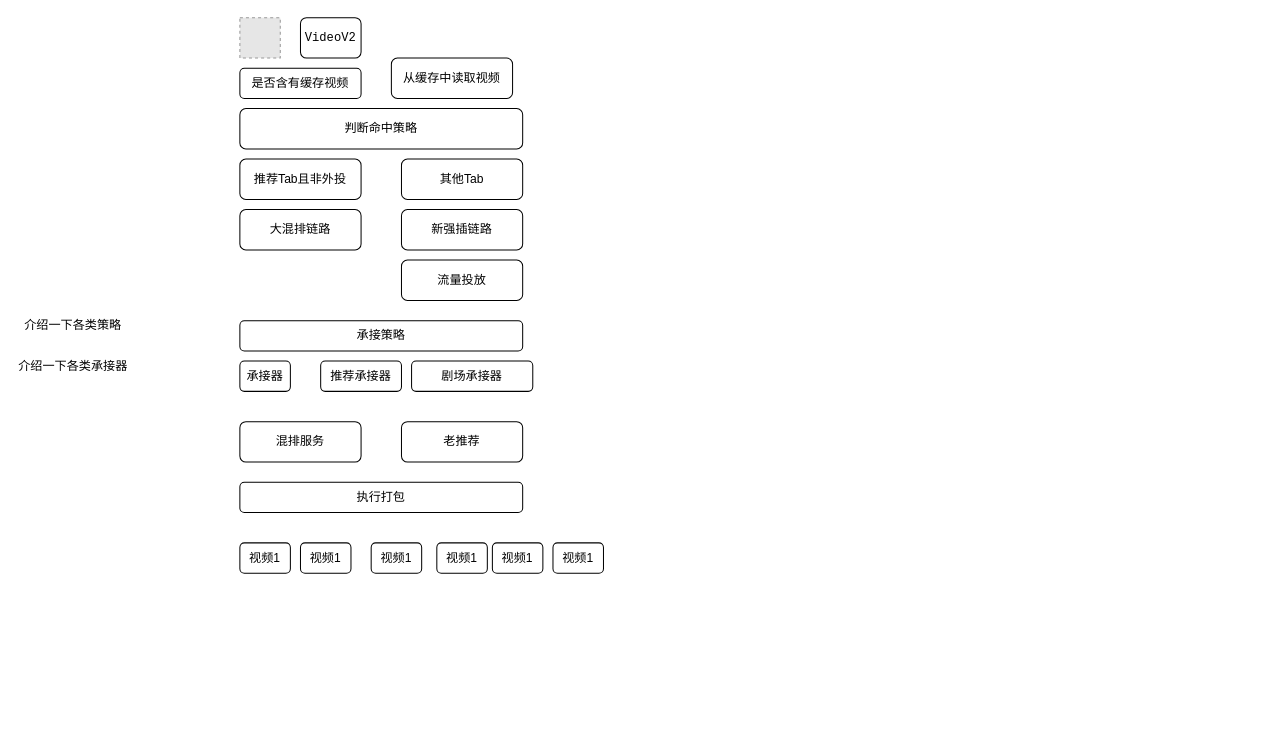
Before: projects.drawio in wuulaa/drawio, a draw.io diagram. Source tidied: cells renumbered, new cells numbered last; positions are measured from the earlier drawing's top-left corner, leaving out a move shared by most shapes. Both pictures are drawn from the tidied source at 101%, with x=0, y=0 at pixel (17, 17). Pictures stored in the file or linked from it are replaced by grey dashed boxes.
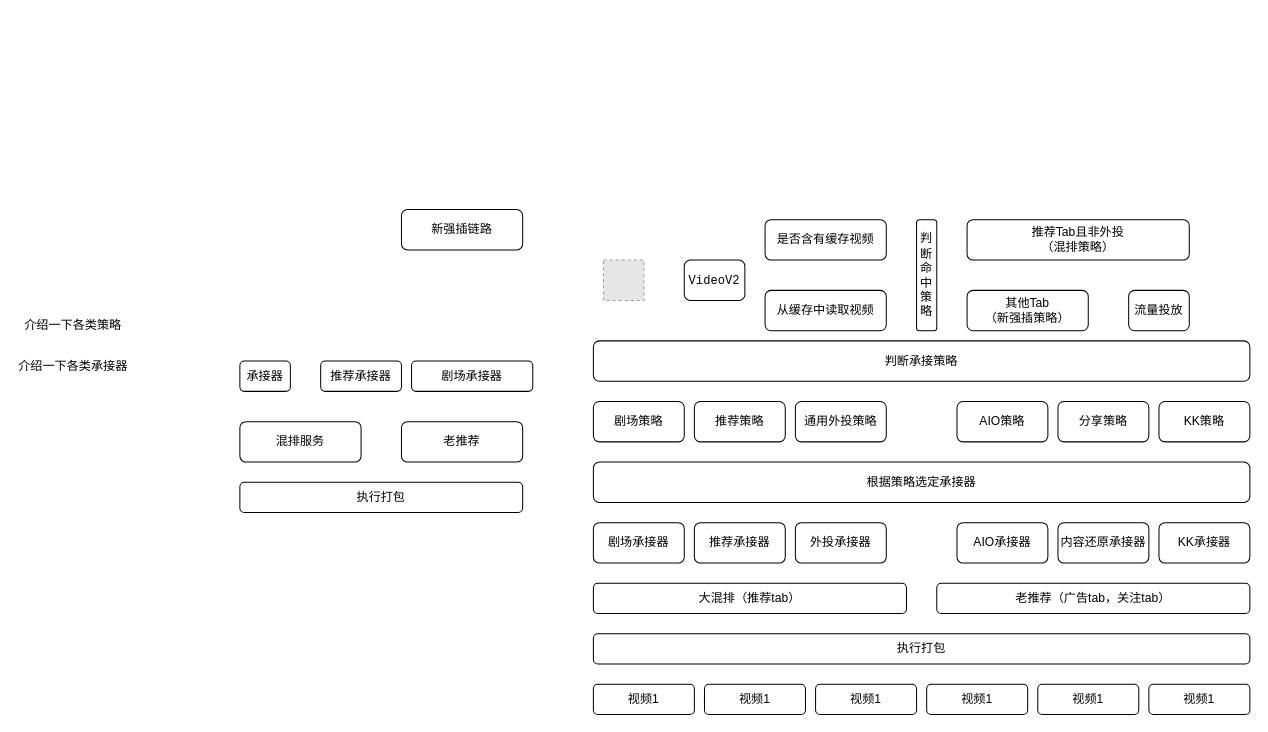
The same page after the edit.

Change to the diagram source:
```diff
@@
     <mxCell id="2" style="fillColor=#E6E6E6;strokeColor=#999999;dashed=1;verticalLabelPosition=bottom;labelBackgroundColor=default;verticalAlign=top;" parent="1" vertex="1">
-      <mxGeometry x="220" width="40" height="40" as="geometry" />
+      <mxGeometry x="580" y="240" width="40" height="40" as="geometry" />
     </mxCell>
     <mxCell id="3" value="&lt;font face=&quot;JetBrains mono, monospace&quot;&gt;VideoV2&lt;/font&gt;" style="rounded=1;whiteSpace=wrap;html=1;" parent="1" vertex="1">
-      <mxGeometry x="280" width="60" height="40" as="geometry" />
+      <mxGeometry x="660" y="240" width="60" height="40" as="geometry" />
     </mxCell>
     <mxCell id="4" value="&lt;font face=&quot;楷体&quot;&gt;是否含有缓存视频&lt;/font&gt;" style="rounded=1;whiteSpace=wrap;html=1;" parent="1" vertex="1">
-      <mxGeometry x="220" y="50" width="120" height="30" as="geometry" />
+      <mxGeometry x="740" y="200" width="120" height="40" as="geometry" />
     </mxCell>
     <mxCell id="5" value="从缓存中读取视频" style="rounded=1;whiteSpace=wrap;html=1;" parent="1" vertex="1">
-      <mxGeometry x="370" y="40" width="120" height="40" as="geometry" />
+      <mxGeometry x="740" y="270" width="120" height="40" as="geometry" />
     </mxCell>
     <mxCell id="6" value="判断命中策略" style="rounded=1;whiteSpace=wrap;html=1;" parent="1" vertex="1">
-      <mxGeometry x="220" y="90" width="280" height="40" as="geometry" />
+      <mxGeometry x="890" y="200" width="20" height="110" as="geometry" />
     </mxCell>
-    <mxCell id="7" value="推荐Tab且非外投" style="rounded=1;whiteSpace=wrap;html=1;" parent="1" vertex="1">
-      <mxGeometry x="220" y="140" width="120" height="40" as="geometry" />
+    <mxCell id="7" value="推荐Tab且非外投&lt;div&gt;（混排策略）&lt;/div&gt;" style="rounded=1;whiteSpace=wrap;html=1;" parent="1" vertex="1">
+      <mxGeometry x="940" y="200" width="220" height="40" as="geometry" />
     </mxCell>
-    <mxCell id="8" value="其他Tab" style="rounded=1;whiteSpace=wrap;html=1;" parent="1" vertex="1">
-      <mxGeometry x="380" y="140" width="120" height="40" as="geometry" />
+    <mxCell id="8" value="其他Tab&lt;div&gt;（新强插策略）&lt;/div&gt;" style="rounded=1;whiteSpace=wrap;html=1;" parent="1" vertex="1">
+      <mxGeometry x="940" y="270" width="120" height="40" as="geometry" />
     </mxCell>
-    <mxCell id="9" value="大混排链路" style="rounded=1;whiteSpace=wrap;html=1;" parent="1" vertex="1">
-      <mxGeometry x="220" y="190" width="120" height="40" as="geometry" />
-    </mxCell>
@@
-    <mxCell id="11" value="承接策略" style="rounded=1;whiteSpace=wrap;html=1;" parent="1" vertex="1">
-      <mxGeometry x="220" y="300" width="280" height="30" as="geometry" />
+    <mxCell id="11" value="大混排（推荐tab）" style="rounded=1;whiteSpace=wrap;html=1;" parent="1" vertex="1">
+      <mxGeometry x="570" y="560" width="310" height="30" as="geometry" />
     </mxCell>
@@
-    <mxCell id="18" value="流量投放" style="rounded=1;whiteSpace=wrap;html=1;" parent="1" vertex="1">
-      <mxGeometry x="380" y="240" width="120" height="40" as="geometry" />
+    <mxCell id="18" value="判断承接策略" style="rounded=1;whiteSpace=wrap;html=1;" parent="1" vertex="1">
+      <mxGeometry x="570" y="320" width="650" height="40" as="geometry" />
     </mxCell>
@@
     <mxCell id="21" value="视频1" style="rounded=1;whiteSpace=wrap;html=1;" parent="1" vertex="1">
-      <mxGeometry x="220" y="520" width="50" height="30" as="geometry" />
+      <mxGeometry x="570" y="660" width="100" height="30" as="geometry" />
     </mxCell>
     <mxCell id="22" value="视频1" style="rounded=1;whiteSpace=wrap;html=1;" parent="1" vertex="1">
-      <mxGeometry x="280" y="520" width="50" height="30" as="geometry" />
+      <mxGeometry x="680" y="660" width="100" height="30" as="geometry" />
     </mxCell>
     <mxCell id="23" value="视频1" style="rounded=1;whiteSpace=wrap;html=1;" parent="1" vertex="1">
-      <mxGeometry x="350" y="520" width="50" height="30" as="geometry" />
+      <mxGeometry x="790" y="660" width="100" height="30" as="geometry" />
     </mxCell>
     <mxCell id="24" value="视频1" style="rounded=1;whiteSpace=wrap;html=1;" parent="1" vertex="1">
-      <mxGeometry x="415" y="520" width="50" height="30" as="geometry" />
+      <mxGeometry x="900" y="660" width="100" height="30" as="geometry" />
     </mxCell>
     <mxCell id="25" value="视频1" style="rounded=1;whiteSpace=wrap;html=1;" parent="1" vertex="1">
-      <mxGeometry x="470" y="520" width="50" height="30" as="geometry" />
+      <mxGeometry x="1010" y="660" width="100" height="30" as="geometry" />
     </mxCell>
     <mxCell id="26" value="视频1" style="rounded=1;whiteSpace=wrap;html=1;" parent="1" vertex="1">
-      <mxGeometry x="530" y="520" width="50" height="30" as="geometry" />
+      <mxGeometry x="1120" y="660" width="100" height="30" as="geometry" />
     </mxCell>
+    <mxCell id="27" value="流量投放" style="rounded=1;whiteSpace=wrap;html=1;" parent="1" vertex="1">
+      <mxGeometry x="1100" y="270" width="60" height="40" as="geometry" />
+    </mxCell>
+    <mxCell id="28" value="根据策略选定承接器" style="rounded=1;whiteSpace=wrap;html=1;" parent="1" vertex="1">
+      <mxGeometry x="570" y="440" width="650" height="40" as="geometry" />
+    </mxCell>
+    <mxCell id="29" value="剧场策略" style="rounded=1;whiteSpace=wrap;html=1;" parent="1" vertex="1">
+      <mxGeometry x="570" y="380" width="90" height="40" as="geometry" />
+    </mxCell>
+    <mxCell id="30" value="推荐策略" style="rounded=1;whiteSpace=wrap;html=1;" parent="1" vertex="1">
+      <mxGeometry x="670" y="380" width="90" height="40" as="geometry" />
+    </mxCell>
+    <mxCell id="31" value="AIO策略" style="rounded=1;whiteSpace=wrap;html=1;" parent="1" vertex="1">
+      <mxGeometry x="930" y="380" width="90" height="40" as="geometry" />
+    </mxCell>
+    <mxCell id="32" value="分享策略" style="rounded=1;whiteSpace=wrap;html=1;" parent="1" vertex="1">
+      <mxGeometry x="1030" y="380" width="90" height="40" as="geometry" />
+    </mxCell>
+    <mxCell id="33" value="KK策略" style="rounded=1;whiteSpace=wrap;html=1;" parent="1" vertex="1">
+      <mxGeometry x="1130" y="380" width="90" height="40" as="geometry" />
+    </mxCell>
+    <mxCell id="34" value="通用外投策略" style="rounded=1;whiteSpace=wrap;html=1;" parent="1" vertex="1">
+      <mxGeometry x="770" y="380" width="90" height="40" as="geometry" />
+    </mxCell>
+    <mxCell id="35" value="剧场承接器" style="rounded=1;whiteSpace=wrap;html=1;" parent="1" vertex="1">
+      <mxGeometry x="570" y="500" width="90" height="40" as="geometry" />
+    </mxCell>
+    <mxCell id="36" value="推荐承接器" style="rounded=1;whiteSpace=wrap;html=1;" parent="1" vertex="1">
+      <mxGeometry x="670" y="500" width="90" height="40" as="geometry" />
+    </mxCell>
+    <mxCell id="37" value="内容还原承接器" style="rounded=1;whiteSpace=wrap;html=1;" parent="1" vertex="1">
+      <mxGeometry x="1030" y="500" width="90" height="40" as="geometry" />
+    </mxCell>
+    <mxCell id="38" value="AIO承接器" style="rounded=1;whiteSpace=wrap;html=1;" parent="1" vertex="1">
+      <mxGeometry x="930" y="500" width="90" height="40" as="geometry" />
+    </mxCell>
+    <mxCell id="39" value="外投承接器" style="rounded=1;whiteSpace=wrap;html=1;" parent="1" vertex="1">
+      <mxGeometry x="770" y="500" width="90" height="40" as="geometry" />
+    </mxCell>
+    <mxCell id="40" value="KK承接器" style="rounded=1;whiteSpace=wrap;html=1;" parent="1" vertex="1">
+      <mxGeometry x="1130" y="500" width="90" height="40" as="geometry" />
+    </mxCell>
+    <mxCell id="41" value="老推荐（广告tab，关注tab）" style="rounded=1;whiteSpace=wrap;html=1;" parent="1" vertex="1">
+      <mxGeometry x="910" y="560" width="310" height="30" as="geometry" />
+    </mxCell>
+    <mxCell id="42" value="执行打包" style="rounded=1;whiteSpace=wrap;html=1;" parent="1" vertex="1">
+      <mxGeometry x="570" y="610" width="650" height="30" as="geometry" />
+    </mxCell>
```
